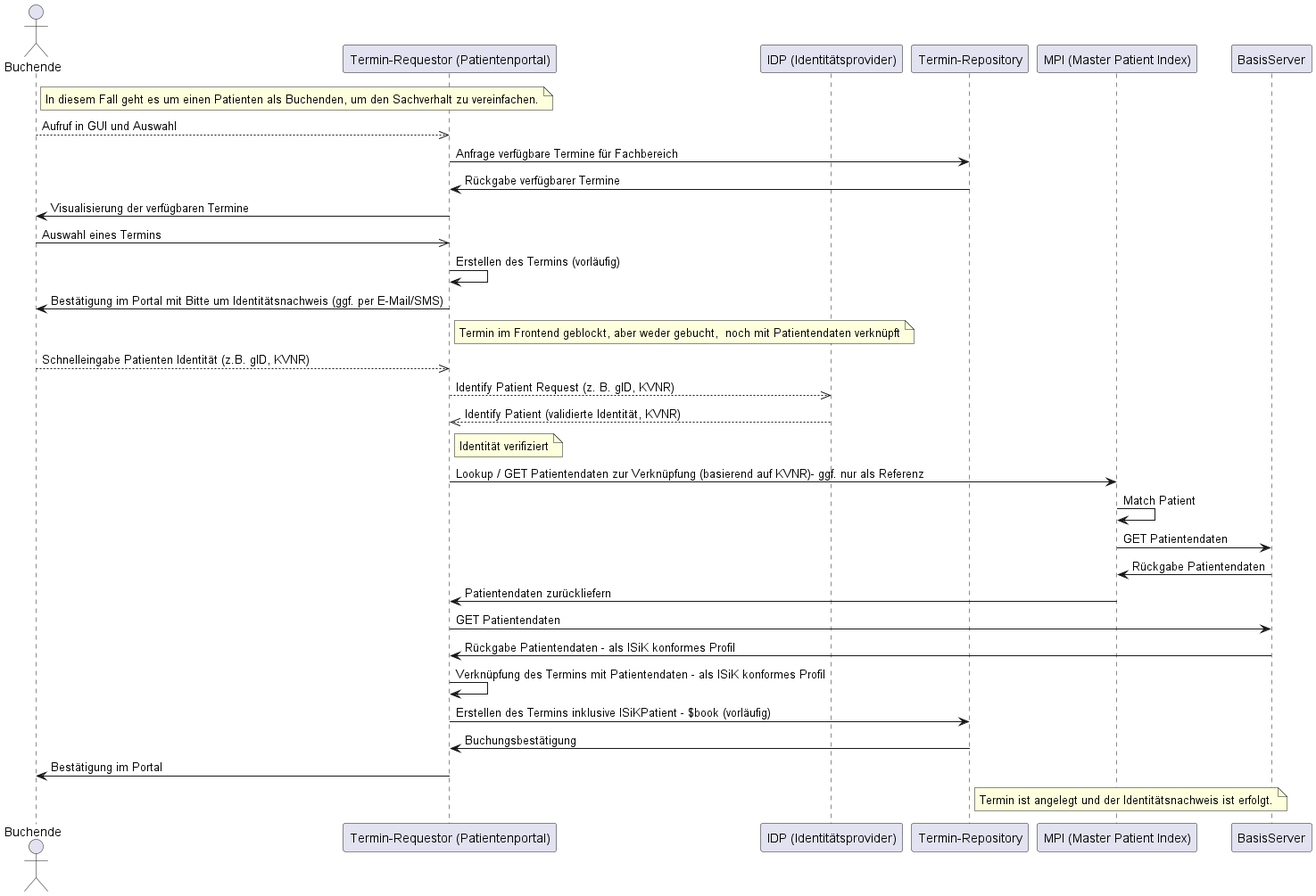
Earlier version of the PlantUML export Material/Terminplanung/images/diagrams/identitaetsnachweis-sequenz-happy-path.png (gematik/spec-ISiK-Basismodul).
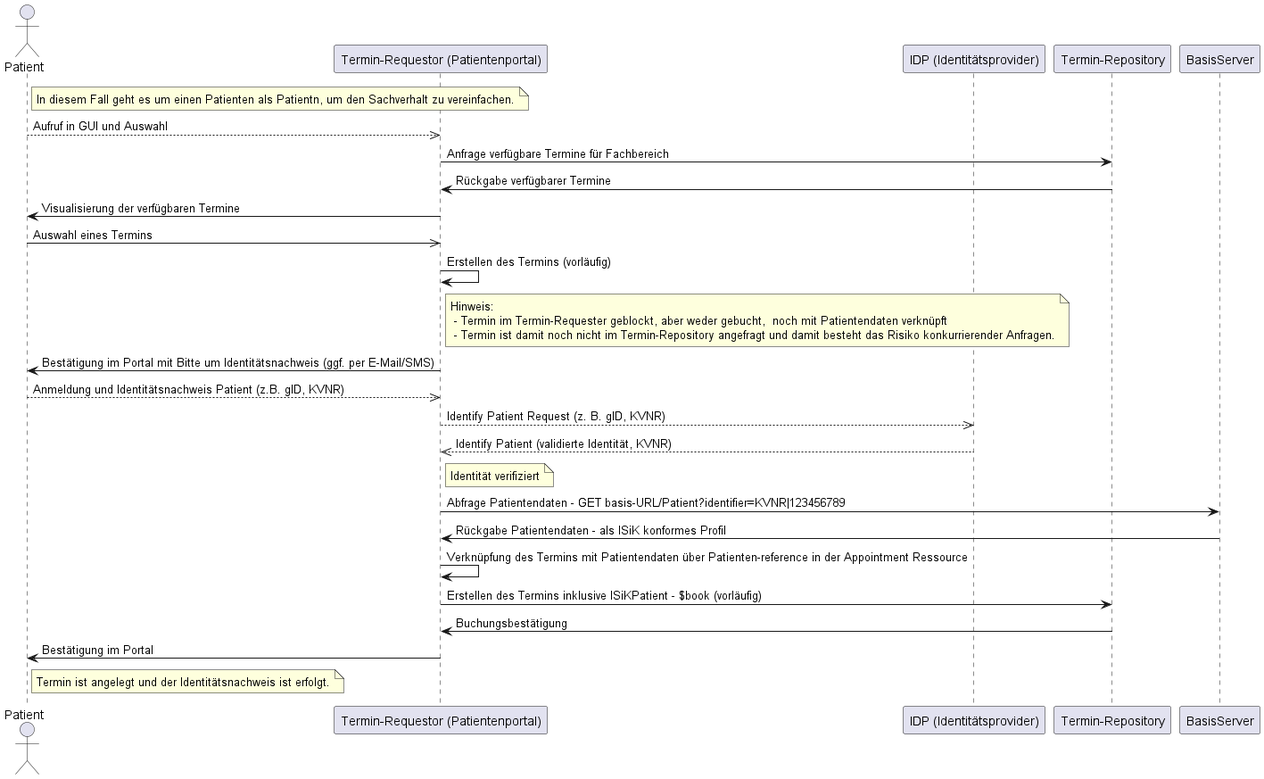
After the commit.

What changed in the source:
```diff
@@ -1,50 +1,42 @@
 @startuml
 
-actor Buchende
+actor Patient
 participant "Termin-Requestor (Patientenportal)" as TR
 participant "IDP (Identitätsprovider)" as IDP
 participant "Termin-Repository" as TRP
-participant "MPI (Master Patient Index)" as MPI
 participant "BasisServer" as BS
 
-Note right of Buchende: In diesem Fall geht es um einen Patienten als Buchenden, um den Sachverhalt zu vereinfachen.
-Buchende-->>TR: Aufruf in GUI und Auswahl
+Note right of Patient: In diesem Fall geht es um einen Patienten als Patientn, um den Sachverhalt zu vereinfachen.
+Patient-->>TR: Aufruf in GUI und Auswahl
 TR -> TRP: Anfrage verfügbare Termine für Fachbereich
 TRP -> TR: Rückgabe verfügbarer Termine
 
-TR -> Buchende: Visualisierung der verfügbaren Termine
+TR -> Patient: Visualisierung der verfügbaren Termine
 
-Buchende->>TR: Auswahl eines Termins
+Patient->>TR: Auswahl eines Termins
 
 TR -> TR: Erstellen des Termins (vorläufig)
-TR -> Buchende: Bestätigung im Portal mit Bitte um Identitätsnachweis (ggf. per E-Mail/SMS)
-Note right of TR: Termin im Frontend geblockt, aber weder gebucht,  noch mit Patientendaten verknüpft
+Note right of TR:  Hinweis: \n - Termin im Termin-Requester geblockt, aber weder gebucht,  noch mit Patientendaten verknüpft \n - Termin ist damit noch nicht im Termin-Repository angefragt und damit besteht das Risiko konkurrierender Anfragen.
 
-Buchende-->>TR: Schnelleingabe Patienten Identität (z.B. gID, KVNR)
+TR -> Patient: Bestätigung im Portal mit Bitte um Identitätsnachweis (ggf. per E-Mail/SMS)
+
+
+Patient-->>TR: Anmeldung und Identitätsnachweis Patient (z.B. gID, KVNR)
 TR-->>IDP: Identify Patient Request (z. B. gID, KVNR)
 IDP-->>TR: Identify Patient (validierte Identität, KVNR)
 Note right of TR: Identität verifiziert
 
-TR -> MPI: Lookup / GET Patientendaten zur Verknüpfung (basierend auf KVNR)- ggf. nur als Referenz
-MPI -> MPI: Match Patient
-MPI -> BS: GET Patientendaten
-BS -> MPI: Rückgabe Patientendaten
-MPI -> TR: Patientendaten zurückliefern
-
-TR -> BS: GET Patientendaten
+TR -> BS: Abfrage Patientendaten - GET basis-URL/Patient?identifier=KVNR|123456789
 BS -> TR: Rückgabe Patientendaten - als ISiK konformes Profil
 
-TR -> TR: Verknüpfung des Termins mit Patientendaten - als ISiK konformes Profil
+TR -> TR: Verknüpfung des Termins mit Patientendaten über Patienten-reference in der Appointment Ressource
 
 TR -> TRP: Erstellen des Termins inklusive ISiKPatient - $book (vorläufig)
 
 TRP -> TR: Buchungsbestätigung
 
-TR -> Buchende: Bestätigung im Portal
+TR -> Patient: Bestätigung im Portal
 
-note right of TRP: Termin ist angelegt und der Identitätsnachweis ist erfolgt.
-
-
-
+note right of Patient: Termin ist angelegt und der Identitätsnachweis ist erfolgt.
 
 @enduml
```
